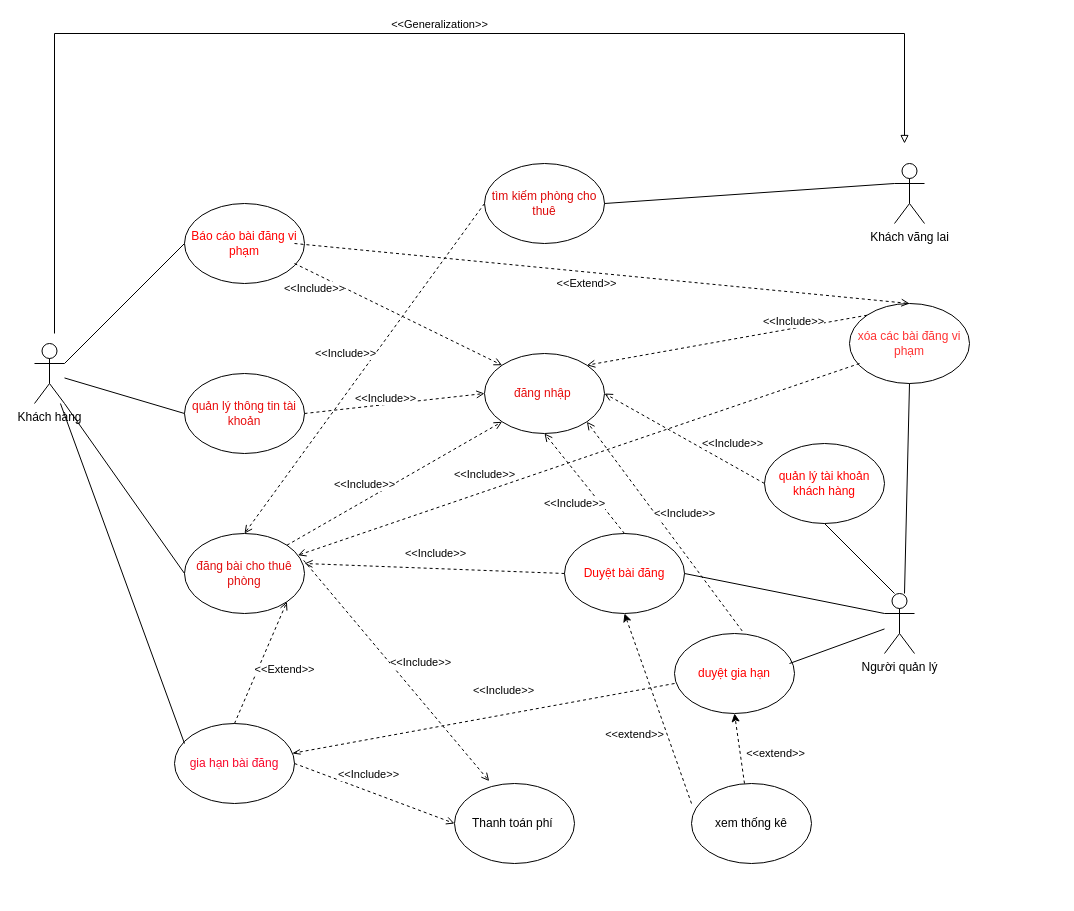
The draw.io diagram page "Page-1" (1 of 7) of usecase.drawio in Uechi123/PTTKHTTT, before the edit. Source tidied: cells renumbered, new cells numbered last; positions are measured from the earlier drawing's top-left corner, leaving out a move shared by most shapes. Both pictures are drawn from the tidied source at 100%, with x=0, y=0 at pixel (34, 33).
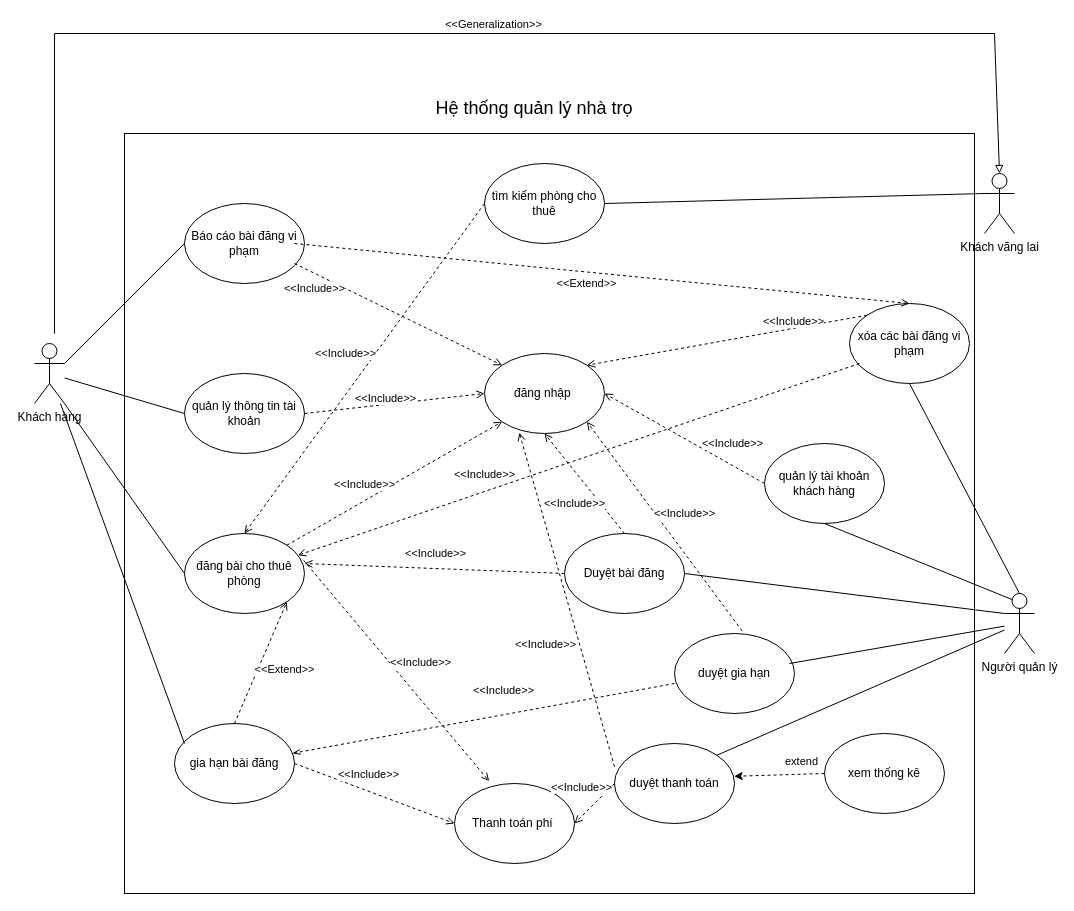
Above is the later version.

The change refers to these unchanged cells:
```xml
<mxCell id="11" value="Thanh toán phí&amp;nbsp;" style="ellipse;whiteSpace=wrap;html=1;" parent="1" vertex="1">
  <mxGeometry x="420" y="750" width="120" height="80" as="geometry" />
</mxCell>
```

Change to the diagram source:
```diff
@@
+    <mxCell id="63" style="rounded=0;whiteSpace=wrap;html=1;" parent="1" vertex="1">
+      <mxGeometry x="90" y="100" width="850" height="760" as="geometry" />
+    </mxCell>
@@
     <mxCell id="3" value="Người quản lý" style="shape=umlActor;verticalLabelPosition=bottom;verticalAlign=top;html=1;outlineConnect=0;" parent="1" vertex="1">
-      <mxGeometry x="850" y="560" width="30" height="60" as="geometry" />
+      <mxGeometry x="970" y="560" width="30" height="60" as="geometry" />
     </mxCell>
     <mxCell id="4" value="Khách vãng lai" style="shape=umlActor;verticalLabelPosition=bottom;verticalAlign=top;html=1;outlineConnect=0;" parent="1" vertex="1">
-      <mxGeometry x="860" y="130" width="30" height="60" as="geometry" />
+      <mxGeometry x="950" y="140" width="30" height="60" as="geometry" />
     </mxCell>
-    <mxCell id="5" value="đăng nhập&amp;nbsp;" style="ellipse;whiteSpace=wrap;html=1;fontColor=#e70d0d;" parent="1" vertex="1">
+    <mxCell id="5" value="đăng nhập&amp;nbsp;" style="ellipse;whiteSpace=wrap;html=1;" parent="1" vertex="1">
       <mxGeometry x="450" y="320" width="120" height="80" as="geometry" />
     </mxCell>
-    <mxCell id="6" value="quản lý thông tin tài khoản" style="ellipse;whiteSpace=wrap;html=1;fontColor=#e90c0c;" parent="1" vertex="1">
+    <mxCell id="6" value="quản lý thông tin tài khoản" style="ellipse;whiteSpace=wrap;html=1;" parent="1" vertex="1">
       <mxGeometry x="150" y="340" width="120" height="80" as="geometry" />
     </mxCell>
-    <mxCell id="7" value="đăng bài cho thuê phòng" style="ellipse;whiteSpace=wrap;html=1;fontColor=#e10e0e;" parent="1" vertex="1">
+    <mxCell id="7" value="đăng bài cho thuê phòng" style="ellipse;whiteSpace=wrap;html=1;" parent="1" vertex="1">
       <mxGeometry x="150" y="500" width="120" height="80" as="geometry" />
     </mxCell>
-    <mxCell id="8" value="Báo cáo bài đăng vi phạm" style="ellipse;whiteSpace=wrap;html=1;fontColor=#FF0000;" parent="1" vertex="1">
+    <mxCell id="8" value="Báo cáo bài đăng vi phạm" style="ellipse;whiteSpace=wrap;html=1;" parent="1" vertex="1">
       <mxGeometry x="150" y="170" width="120" height="80" as="geometry" />
     </mxCell>
-    <mxCell id="9" value="Duyệt bài đăng" style="ellipse;whiteSpace=wrap;html=1;fontColor=#FF0000;" parent="1" vertex="1">
+    <mxCell id="9" value="Duyệt bài đăng" style="ellipse;whiteSpace=wrap;html=1;" parent="1" vertex="1">
       <mxGeometry x="530" y="500" width="120" height="80" as="geometry" />
     </mxCell>
-    <mxCell id="10" value="tìm kiếm phòng cho thuê" style="ellipse;whiteSpace=wrap;html=1;fontColor=#dd0808;" parent="1" vertex="1">
+    <mxCell id="10" value="tìm kiếm phòng cho thuê" style="ellipse;whiteSpace=wrap;html=1;" parent="1" vertex="1">
       <mxGeometry x="450" y="130" width="120" height="80" as="geometry" />
     </mxCell>
@@
-    <mxCell id="12" value="xóa các bài đăng vi phạm" style="ellipse;whiteSpace=wrap;html=1;fontColor=#FF3333;" parent="1" vertex="1">
+    <mxCell id="12" value="xóa các bài đăng vi phạm" style="ellipse;whiteSpace=wrap;html=1;" parent="1" vertex="1">
       <mxGeometry x="815" y="270" width="120" height="80" as="geometry" />
     </mxCell>
-    <mxCell id="13" value="quản lý tài khoản khách hàng" style="ellipse;whiteSpace=wrap;html=1;fontColor=#FF0000;" parent="1" vertex="1">
+    <mxCell id="13" value="quản lý tài khoản khách hàng" style="ellipse;whiteSpace=wrap;html=1;" parent="1" vertex="1">
       <mxGeometry x="730" y="410" width="120" height="80" as="geometry" />
     </mxCell>
-    <mxCell id="14" value="duyệt gia hạn" style="ellipse;whiteSpace=wrap;html=1;fontColor=#FF0000;" parent="1" vertex="1">
+    <mxCell id="14" value="duyệt gia hạn" style="ellipse;whiteSpace=wrap;html=1;" parent="1" vertex="1">
       <mxGeometry x="640" y="600" width="120" height="80" as="geometry" />
     </mxCell>
@@
-    <mxCell id="23" style="endArrow=none;html=1;rounded=0;entryX=1.017;entryY=0.418;entryDx=0;entryDy=0;entryPerimeter=0;exitX=0.5;exitY=1;exitDx=0;exitDy=0;" parent="1" edge="1" source="13">
-      <mxGeometry relative="1" as="geometry">
-        <mxPoint x="860" y="560" as="targetPoint" />
-      </mxGeometry>
+    <mxCell id="23" style="endArrow=none;html=1;rounded=0;entryX=0.25;entryY=0.1;entryDx=0;entryDy=0;entryPerimeter=0;exitX=0.5;exitY=1;exitDx=0;exitDy=0;" parent="1" edge="1" source="13" target="3">
+      <mxGeometry relative="1" as="geometry" />
     </mxCell>
-    <mxCell id="24" style="endArrow=none;html=1;rounded=0;entryX=0.5;entryY=1;entryDx=0;entryDy=0;" parent="1" edge="1" target="12">
-      <mxGeometry relative="1" as="geometry">
-        <mxPoint x="870" y="560" as="sourcePoint" />
-      </mxGeometry>
+    <mxCell id="24" style="endArrow=none;html=1;rounded=0;entryX=0.5;entryY=1;entryDx=0;entryDy=0;exitX=0.5;exitY=0;exitDx=0;exitDy=0;exitPerimeter=0;" parent="1" edge="1" source="3" target="12">
+      <mxGeometry relative="1" as="geometry" />
     </mxCell>
-    <mxCell id="25" value="gia hạn bài đăng" style="ellipse;whiteSpace=wrap;html=1;fontColor=#f9062b;" parent="1" vertex="1">
+    <mxCell id="25" value="gia hạn bài đăng" style="ellipse;whiteSpace=wrap;html=1;" parent="1" vertex="1">
       <mxGeometry x="140" y="690" width="120" height="80" as="geometry" />
     </mxCell>
@@
     <mxCell id="55" style="endArrow=none;html=1;rounded=0;endFill=0;" parent="1" edge="1">
       <mxGeometry relative="1" as="geometry">
         <mxPoint x="20" y="300" as="sourcePoint" />
-        <mxPoint x="870" as="targetPoint" />
+        <mxPoint x="960" as="targetPoint" />
         <Array as="points">
           <mxPoint x="20" />
         </Array>
       </mxGeometry>
     </mxCell>
@@
-    <mxCell id="57" style="endArrow=none;html=1;rounded=0;startArrow=block;startFill=0;" parent="1" edge="1">
+    <mxCell id="57" style="endArrow=none;html=1;rounded=0;startArrow=block;startFill=0;exitX=0.5;exitY=0;exitDx=0;exitDy=0;exitPerimeter=0;" parent="1" edge="1" source="4">
       <mxGeometry relative="1" as="geometry">
-        <mxPoint x="870" y="110" as="sourcePoint" />
-        <mxPoint x="870" as="targetPoint" />
+        <mxPoint x="960" as="targetPoint" />
       </mxGeometry>
     </mxCell>
     <mxCell id="58" value="xem thống kê" style="ellipse;whiteSpace=wrap;html=1;" parent="1" vertex="1">
-      <mxGeometry x="657" y="750" width="120" height="80" as="geometry" />
+      <mxGeometry x="790" y="700" width="120" height="80" as="geometry" />
     </mxCell>
-    <mxCell id="59" style="endArrow=classic;html=1;rounded=0;entryX=0.5;entryY=1;entryDx=0;entryDy=0;dashed=1;" parent="1" edge="1" target="14">
-      <mxGeometry relative="1" as="geometry">
-        <mxPoint x="710" y="750" as="sourcePoint" />
-      </mxGeometry>
-    </mxCell>
-    <mxCell id="60" value="&amp;lt;&amp;lt;extend&amp;gt;&amp;gt;" style="edgeLabel;html=1;align=center;verticalAlign=middle;" parent="59" vertex="1">
-      <mxGeometry x="-0.4" y="-2" relative="1" as="geometry">
-        <mxPoint x="31" y="-9" as="offset" />
-      </mxGeometry>
-    </mxCell>
-    <mxCell id="61" style="endArrow=classic;html=1;rounded=0;entryX=0.5;entryY=1;entryDx=0;entryDy=0;dashed=1;" parent="1" edge="1" target="9">
-      <mxGeometry relative="1" as="geometry">
-        <mxPoint x="657" y="770" as="sourcePoint" />
-      </mxGeometry>
-    </mxCell>
-    <mxCell id="62" value="&amp;lt;&amp;lt;extend&amp;gt;&amp;gt;" style="edgeLabel;html=1;align=center;verticalAlign=middle;" parent="61" vertex="1">
-      <mxGeometry x="-0.4" y="-2" relative="1" as="geometry">
-        <mxPoint x="-39" y="-12" as="offset" />
-      </mxGeometry>
-    </mxCell>
+    <mxCell id="64" value="duyệt thanh toán" style="ellipse;whiteSpace=wrap;html=1;" parent="1" vertex="1">
+      <mxGeometry x="580" y="710" width="120" height="80" as="geometry" />
+    </mxCell>
+    <mxCell id="65" style="endArrow=classic;html=1;rounded=0;entryX=0.997;entryY=0.41;entryDx=0;entryDy=0;dashed=1;exitX=0;exitY=0.5;exitDx=0;exitDy=0;entryPerimeter=0;" parent="1" edge="1" source="58" target="64">
+      <mxGeometry relative="1" as="geometry" />
+    </mxCell>
+    <mxCell id="66" value="extend" style="edgeLabel;html=1;align=center;verticalAlign=middle;" parent="65" vertex="1">
+      <mxGeometry x="-0.5" y="-1" relative="1" as="geometry">
+        <mxPoint y="-12" as="offset" />
+      </mxGeometry>
+    </mxCell>
+    <mxCell id="67" style="endArrow=none;html=1;rounded=0;exitX=1;exitY=0;exitDx=0;exitDy=0;" parent="1" edge="1" source="64" target="3">
+      <mxGeometry relative="1" as="geometry" />
+    </mxCell>
+    <mxCell id="68" style="endArrow=open;dashed=1;html=1;rounded=0;entryX=1;entryY=0.5;entryDx=0;entryDy=0;endFill=0;exitX=0;exitY=0.5;exitDx=0;exitDy=0;" parent="1" edge="1" source="64" target="11">
+      <mxGeometry relative="1" as="geometry" />
+    </mxCell>
+    <mxCell id="69" value="&amp;lt;&amp;lt;Include&amp;gt;&amp;gt;" style="edgeLabel;html=1;align=center;verticalAlign=middle;" parent="68" vertex="1">
+      <mxGeometry x="-0.33" y="-1" relative="1" as="geometry">
+        <mxPoint x="-19" y="-9" as="offset" />
+      </mxGeometry>
+    </mxCell>
+    <mxCell id="70" style="endArrow=open;dashed=1;html=1;rounded=0;entryX=0.29;entryY=0.99;entryDx=0;entryDy=0;endFill=0;exitX=0.564;exitY=-0.032;exitDx=0;exitDy=0;exitPerimeter=0;entryPerimeter=0;" parent="1" edge="1" target="5">
+      <mxGeometry relative="1" as="geometry">
+        <mxPoint x="580" y="733.2" as="sourcePoint" />
+      </mxGeometry>
+    </mxCell>
+    <mxCell id="71" value="&amp;lt;&amp;lt;Include&amp;gt;&amp;gt;" style="edgeLabel;html=1;align=center;verticalAlign=middle;" parent="70" vertex="1">
+      <mxGeometry x="-0.33" y="-1" relative="1" as="geometry">
+        <mxPoint x="-39" y="-11" as="offset" />
+      </mxGeometry>
+    </mxCell>
+    <mxCell id="72" style="rounded=0;whiteSpace=wrap;html=1;" parent="1" vertex="1">
+      <mxGeometry x="110" y="40" height="20" as="geometry" />
+    </mxCell>
+    <mxCell id="73" value="Hệ thống quản lý nhà trọ" style="text;html=1;align=center;verticalAlign=middle;whiteSpace=wrap;rounded=0;fontSize=18;" parent="1" vertex="1">
+      <mxGeometry x="380" y="50" width="240" height="50" as="geometry" />
+    </mxCell>
```
